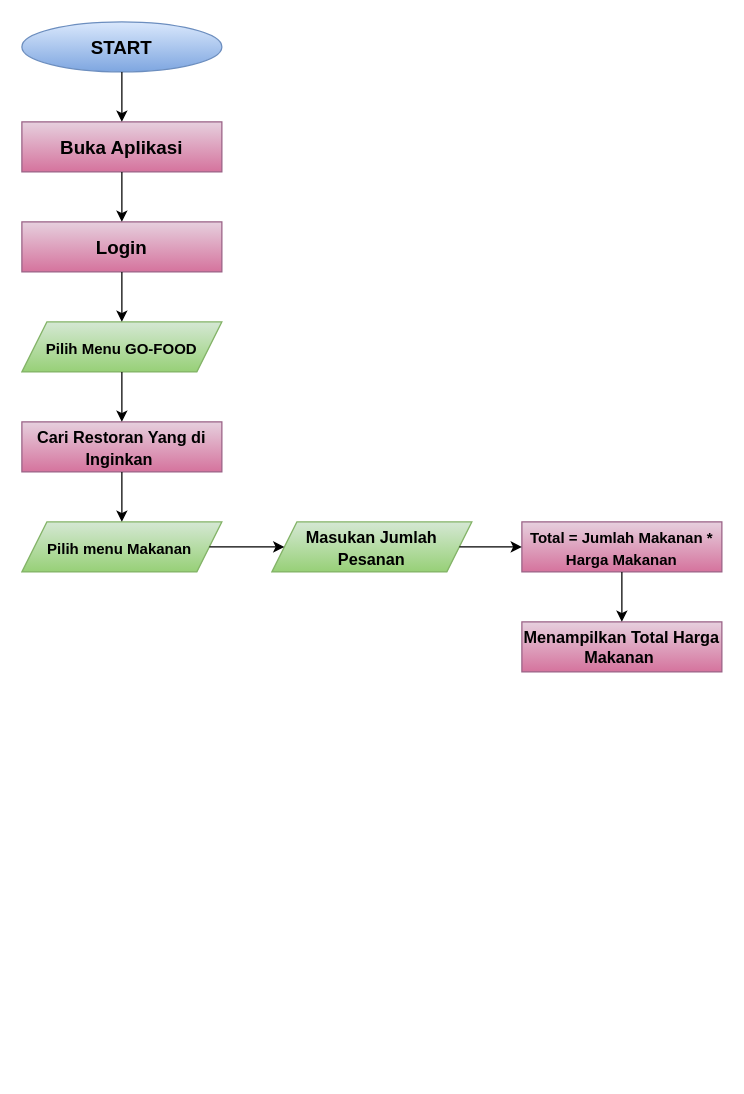
Before: flowchart.drawio in AinunNafisah-FE2787774/ainun_nafisah-go_food_Online, a draw.io diagram. Source tidied: cells renumbered, new cells numbered last; positions are measured from the earlier drawing's top-left corner, leaving out a move shared by most shapes. Both pictures are drawn from the tidied source at 125%, with x=0, y=0 at pixel (21, 21).
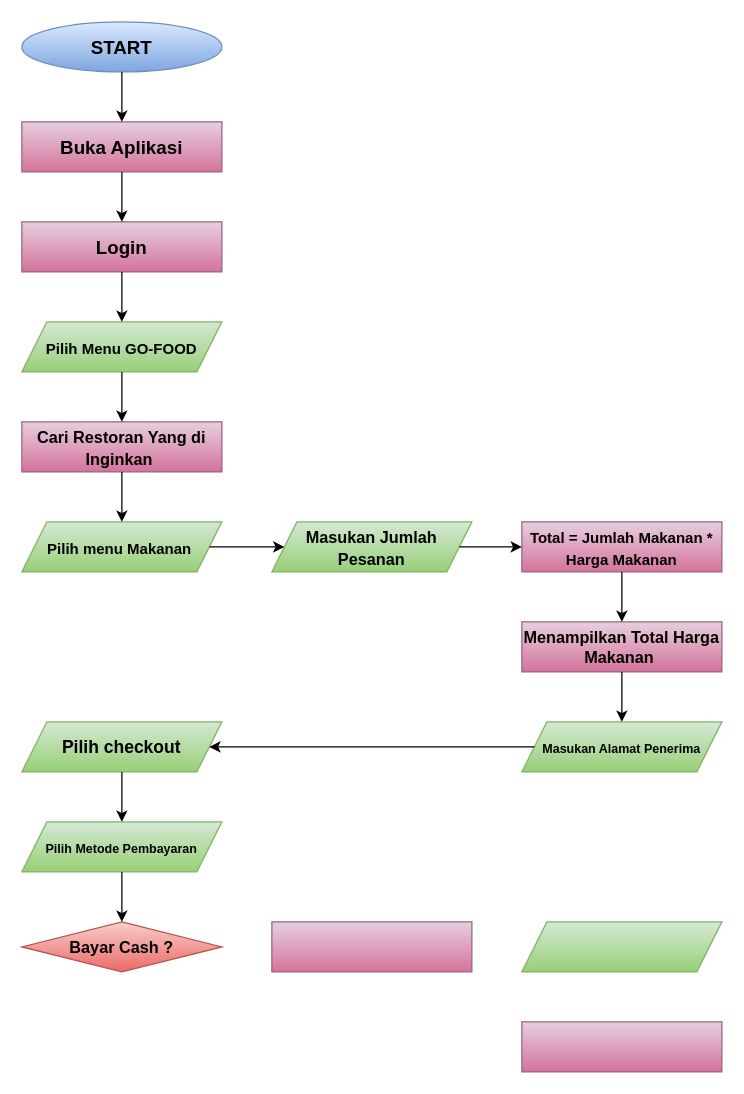
The same diagram, later.

Commit message:
Add Payment Option

The change refers to these unchanged cells:
```xml
<mxCell id="17" value="&lt;b&gt;&lt;font style=&quot;font-size: 13px&quot;&gt;Menampilkan Total Harga Makanan&amp;nbsp;&lt;/font&gt;&lt;/b&gt;" style="rounded=0;whiteSpace=wrap;html=1;fontSize=12;fillColor=#e6d0de;gradientColor=#d5739d;strokeColor=#996185;" parent="1" vertex="1">
  <mxGeometry x="400" y="480" width="160" height="40" as="geometry" />
</mxCell>
```

Diff of the diagram source:
```diff
@@
+    <mxCell id="19" value="&lt;font color=&quot;#000000&quot; size=&quot;1&quot;&gt;&lt;b&gt;Masukan Alamat Penerima&lt;/b&gt;&lt;/font&gt;" style="shape=parallelogram;perimeter=parallelogramPerimeter;whiteSpace=wrap;html=1;fixedSize=1;fontSize=13;fillColor=#d5e8d4;gradientColor=#97d077;strokeColor=#82b366;" parent="1" vertex="1">
+      <mxGeometry x="400" y="560" width="160" height="40" as="geometry" />
+    </mxCell>
+    <mxCell id="20" value="&lt;font color=&quot;#000000&quot; size=&quot;1&quot;&gt;&lt;b style=&quot;font-size: 14px&quot;&gt;Pilih checkout&lt;/b&gt;&lt;/font&gt;" style="shape=parallelogram;perimeter=parallelogramPerimeter;whiteSpace=wrap;html=1;fixedSize=1;fontSize=13;fillColor=#d5e8d4;gradientColor=#97d077;strokeColor=#82b366;" parent="1" vertex="1">
+      <mxGeometry y="560" width="160" height="40" as="geometry" />
+    </mxCell>
+    <mxCell id="21" value="&lt;font color=&quot;#000000&quot; size=&quot;1&quot;&gt;&lt;b&gt;Pilih Metode Pembayaran&lt;/b&gt;&lt;/font&gt;" style="shape=parallelogram;perimeter=parallelogramPerimeter;whiteSpace=wrap;html=1;fixedSize=1;fontSize=13;fillColor=#d5e8d4;gradientColor=#97d077;strokeColor=#82b366;" parent="1" vertex="1">
+      <mxGeometry y="640" width="160" height="40" as="geometry" />
+    </mxCell>
+    <mxCell id="22" value="&lt;b&gt;Bayar Cash ?&lt;/b&gt;" style="rhombus;whiteSpace=wrap;html=1;fontSize=13;fillColor=#f8cecc;gradientColor=#ea6b66;strokeColor=#b85450;" parent="1" vertex="1">
+      <mxGeometry y="720" width="160" height="40" as="geometry" />
+    </mxCell>
+    <mxCell id="23" style="endArrow=classic;html=1;fontSize=13;fontColor=#000000;entryX=1;entryY=0.5;entryDx=0;entryDy=0;exitX=0;exitY=0.5;exitDx=0;exitDy=0;" parent="1" edge="1" source="19" target="20">
+      <mxGeometry relative="1" as="geometry" />
+    </mxCell>
+    <mxCell id="24" style="endArrow=classic;html=1;fontSize=13;fontColor=#000000;exitX=0.5;exitY=1;exitDx=0;exitDy=0;entryX=0.5;entryY=0;entryDx=0;entryDy=0;" parent="1" edge="1" source="17" target="19">
+      <mxGeometry relative="1" as="geometry" />
+    </mxCell>
+    <mxCell id="25" style="endArrow=classic;html=1;fontSize=13;fontColor=#000000;exitX=0.5;exitY=1;exitDx=0;exitDy=0;entryX=0.5;entryY=0;entryDx=0;entryDy=0;" parent="1" edge="1" source="20" target="21">
+      <mxGeometry relative="1" as="geometry" />
+    </mxCell>
+    <mxCell id="26" style="endArrow=classic;html=1;fontSize=13;fontColor=#000000;exitX=0.5;exitY=1;exitDx=0;exitDy=0;entryX=0.5;entryY=0;entryDx=0;entryDy=0;" parent="1" edge="1" source="21" target="22">
+      <mxGeometry relative="1" as="geometry" />
+    </mxCell>
+    <mxCell id="27" style="rounded=0;whiteSpace=wrap;html=1;fontSize=14;fillColor=#e6d0de;gradientColor=#d5739d;strokeColor=#996185;" parent="1" vertex="1">
+      <mxGeometry x="200" y="720" width="160" height="40" as="geometry" />
+    </mxCell>
+    <mxCell id="28" style="shape=parallelogram;perimeter=parallelogramPerimeter;whiteSpace=wrap;html=1;fixedSize=1;fontSize=14;fillColor=#d5e8d4;gradientColor=#97d077;strokeColor=#82b366;" parent="1" vertex="1">
+      <mxGeometry x="400" y="720" width="160" height="40" as="geometry" />
+    </mxCell>
+    <mxCell id="29" style="rounded=0;whiteSpace=wrap;html=1;fontSize=14;fillColor=#e6d0de;gradientColor=#d5739d;strokeColor=#996185;" parent="1" vertex="1">
+      <mxGeometry x="400" y="800" width="160" height="40" as="geometry" />
+    </mxCell>
```
